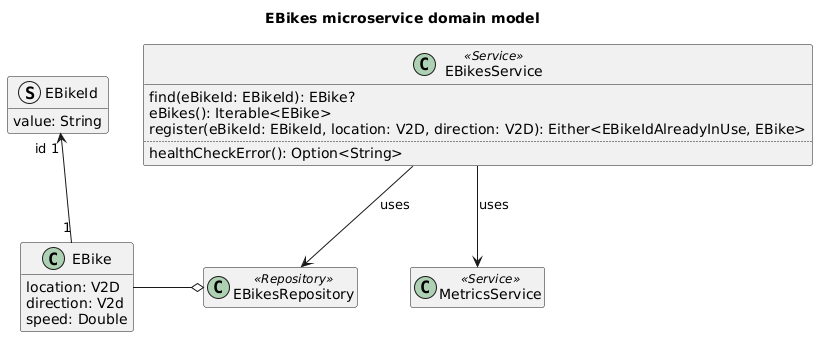
The PlantUML diagram doc/diagrams/ebikes-microservice-domain-model.png in Ventus218/SAP-assignment-02, before a commit. The source it was exported from:
```plantuml
@startuml ebikes-microservice-domain-model

title EBikes microservice domain model

class EBike {
    location: V2D
    direction: V2d
    speed: Double
}
struct EBikeId {
    value: String
}
EBike "1" -u-> "id 1" EBikeId

class EBikesRepository <<Repository>>
EBikesRepository o-l- EBike

class EBikesService <<Service>> {
    find(eBikeId: EBikeId): EBike?
    eBikes(): Iterable<EBike>
    register(eBikeId: EBikeId, location: V2D, direction: V2D): Either<EBikeIdAlreadyInUse, EBike>
    ..
    healthCheckError(): Option<String>
}

EBikesService --> EBikesRepository : "uses"

class MetricsService <<Service>>
EBikesService --> MetricsService : "uses"

hide empty members

@enduml
```
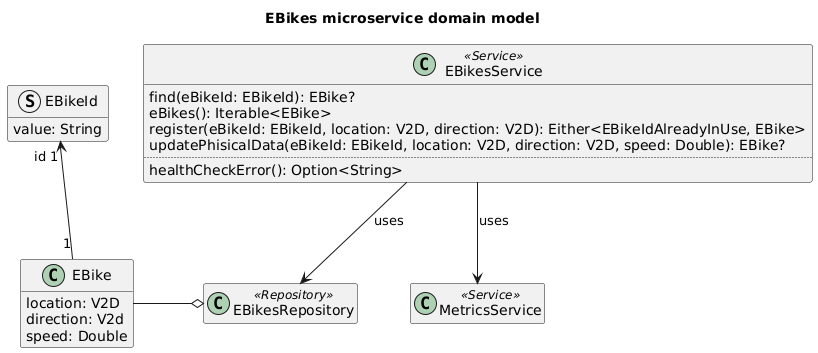
Later version of the same file.

Commit message:
Automatically generated PlantUML diagrams

Change to the diagram source:
```diff
@@ -19,6 +19,7 @@
     find(eBikeId: EBikeId): EBike?
     eBikes(): Iterable<EBike>
     register(eBikeId: EBikeId, location: V2D, direction: V2D): Either<EBikeIdAlreadyInUse, EBike>
+    updatePhisicalData(eBikeId: EBikeId, location: V2D, direction: V2D, speed: Double): EBike?
     ..
     healthCheckError(): Option<String>
 }
```
